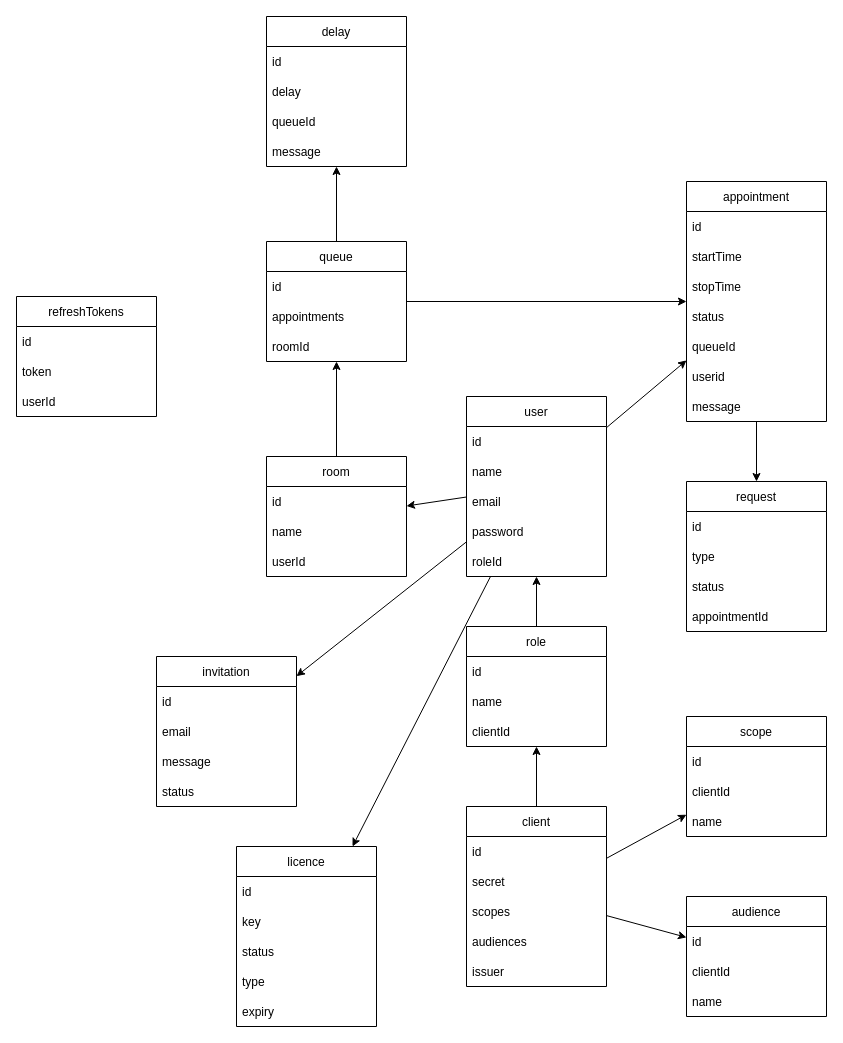
Before: __diagrams__/information.drawio in Oglop/Queue, a draw.io diagram. Source tidied: cells renumbered, new cells numbered last; positions are measured from the earlier drawing's top-left corner, leaving out a move shared by most shapes. Both pictures are drawn from the tidied source at 100%, with x=0, y=0 at pixel (16, 16).
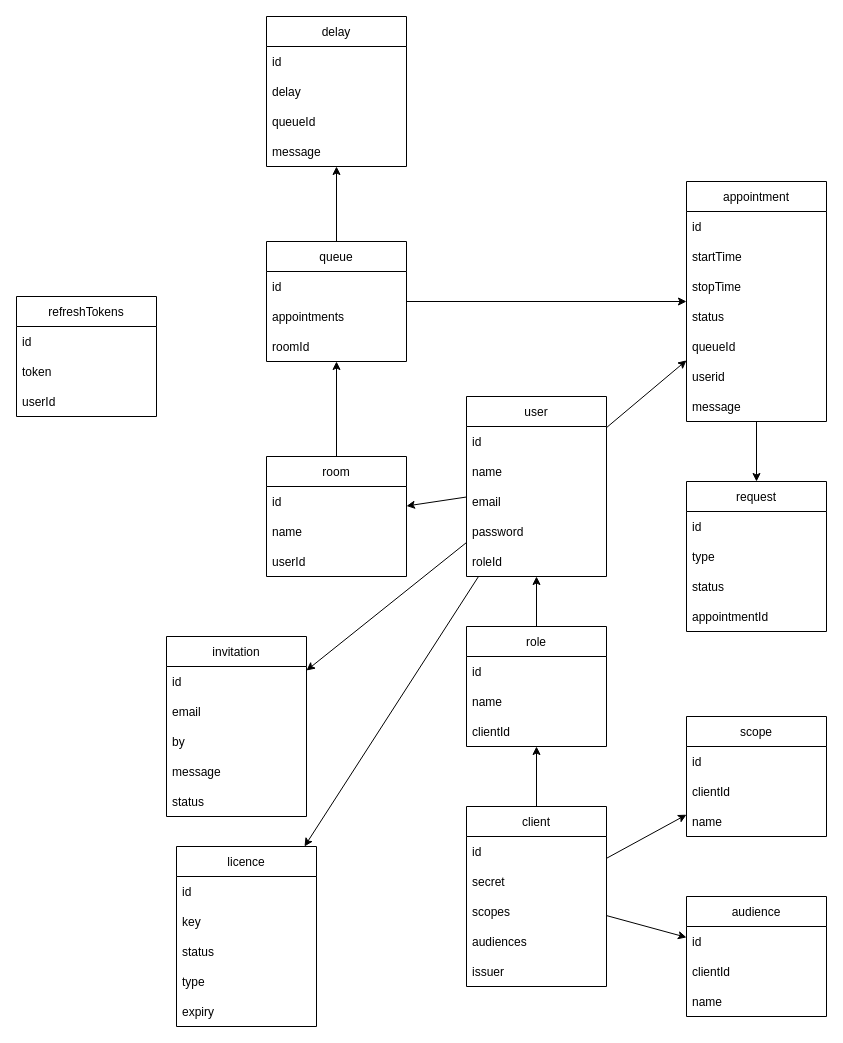
The same page after the edit.

Diff of the diagram source:
```diff
@@
     <mxCell id="62" value="invitation" style="swimlane;fontStyle=0;horizontal=1;startSize=30;" parent="1" vertex="1">
-      <mxGeometry x="140" y="640" width="140" height="150" as="geometry" />
+      <mxGeometry x="150" y="620" width="140" height="180" as="geometry" />
     </mxCell>
@@
+    <mxCell id="79" value="by" style="text;strokeColor=none;fillColor=none;align=left;verticalAlign=middle;spacingLeft=4;spacingRight=4;overflow=hidden;" parent="62" vertex="1">
+      <mxGeometry y="90" width="140" height="30" as="geometry" />
+    </mxCell>
     <mxCell id="65" value="message" style="text;strokeColor=none;fillColor=none;align=left;verticalAlign=middle;spacingLeft=4;spacingRight=4;overflow=hidden;" parent="62" vertex="1">
-      <mxGeometry y="90" width="140" height="30" as="geometry" />
+      <mxGeometry y="120" width="140" height="30" as="geometry" />
     </mxCell>
     <mxCell id="66" value="status" style="text;strokeColor=none;fillColor=none;align=left;verticalAlign=middle;spacingLeft=4;spacingRight=4;overflow=hidden;" parent="62" vertex="1">
-      <mxGeometry y="120" width="140" height="30" as="geometry" />
+      <mxGeometry y="150" width="140" height="30" as="geometry" />
     </mxCell>
@@
     <mxCell id="72" value="licence" style="swimlane;fontStyle=0;horizontal=1;startSize=30;" parent="1" vertex="1">
-      <mxGeometry x="220" y="830" width="140" height="180" as="geometry" />
+      <mxGeometry x="160" y="830" width="140" height="180" as="geometry" />
     </mxCell>
```
